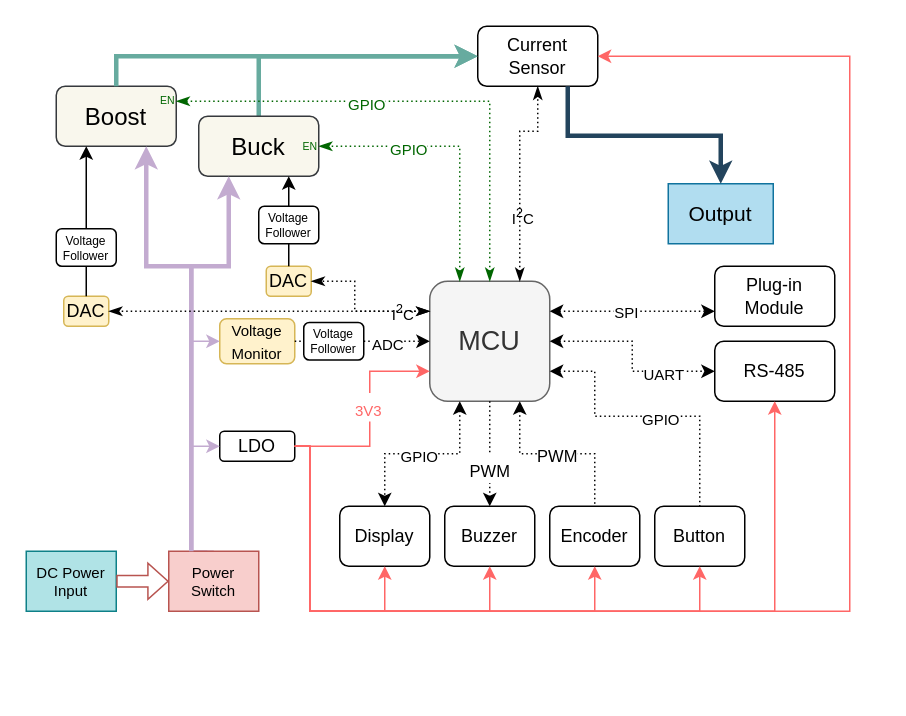
The draw.io diagram Document/Hardware Block Diagram/µPowerModule.drawio in yingchaotw/micro_PowerModule, before the edit. Source tidied: cells renumbered, new cells numbered last; positions are measured from the earlier drawing's top-left corner, leaving out a move shared by most shapes. Both pictures are drawn from the tidied source at 150%, with x=0, y=0 at pixel (26, 26). Pictures stored in the file or linked from it are replaced by grey dashed boxes.
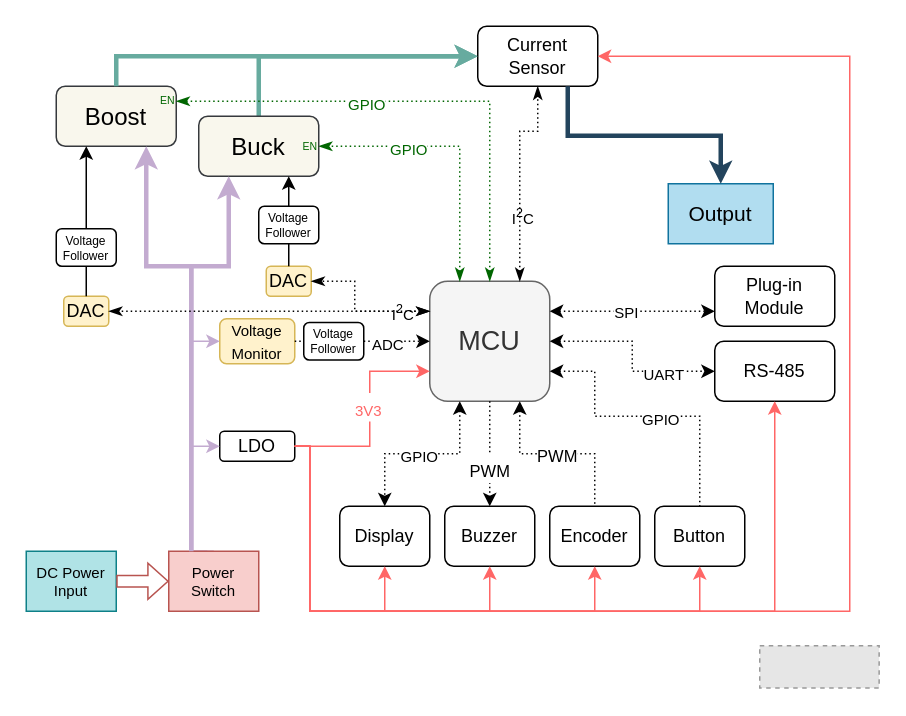
The same diagram, later.

The edit, as a diff of the source:
```diff
@@
+    <mxCell id="67" style="fillColor=#E6E6E6;strokeColor=#999999;dashed=1;verticalLabelPosition=bottom;verticalAlign=top;" parent="1" vertex="1">
+      <mxGeometry x="489" y="413" width="79.6" height="28.1" as="geometry" />
+    </mxCell>
```
